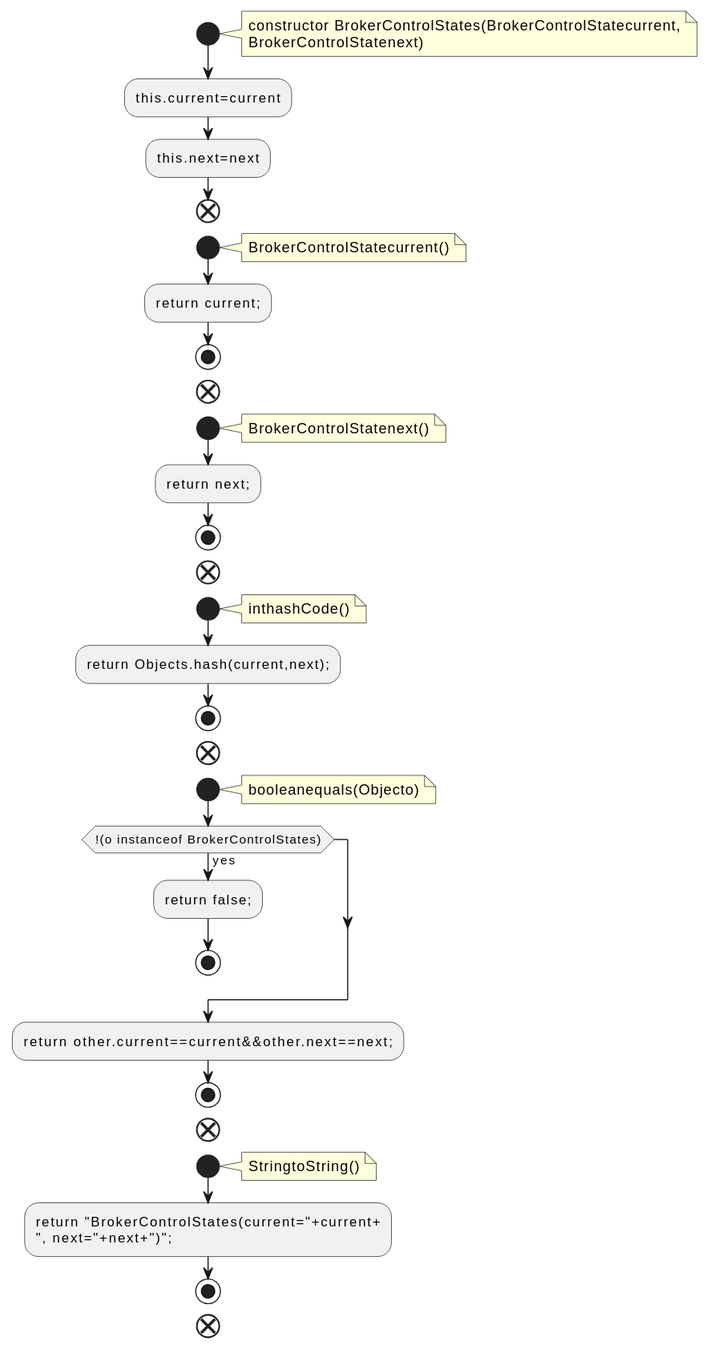
qualitesys/kafka keeps this PlantUML diagram as docs/qc/metadata/src/main/java/org/apache/kafka/controller/BrokerControlStates.java.fct.svg. Above is the earlier version.
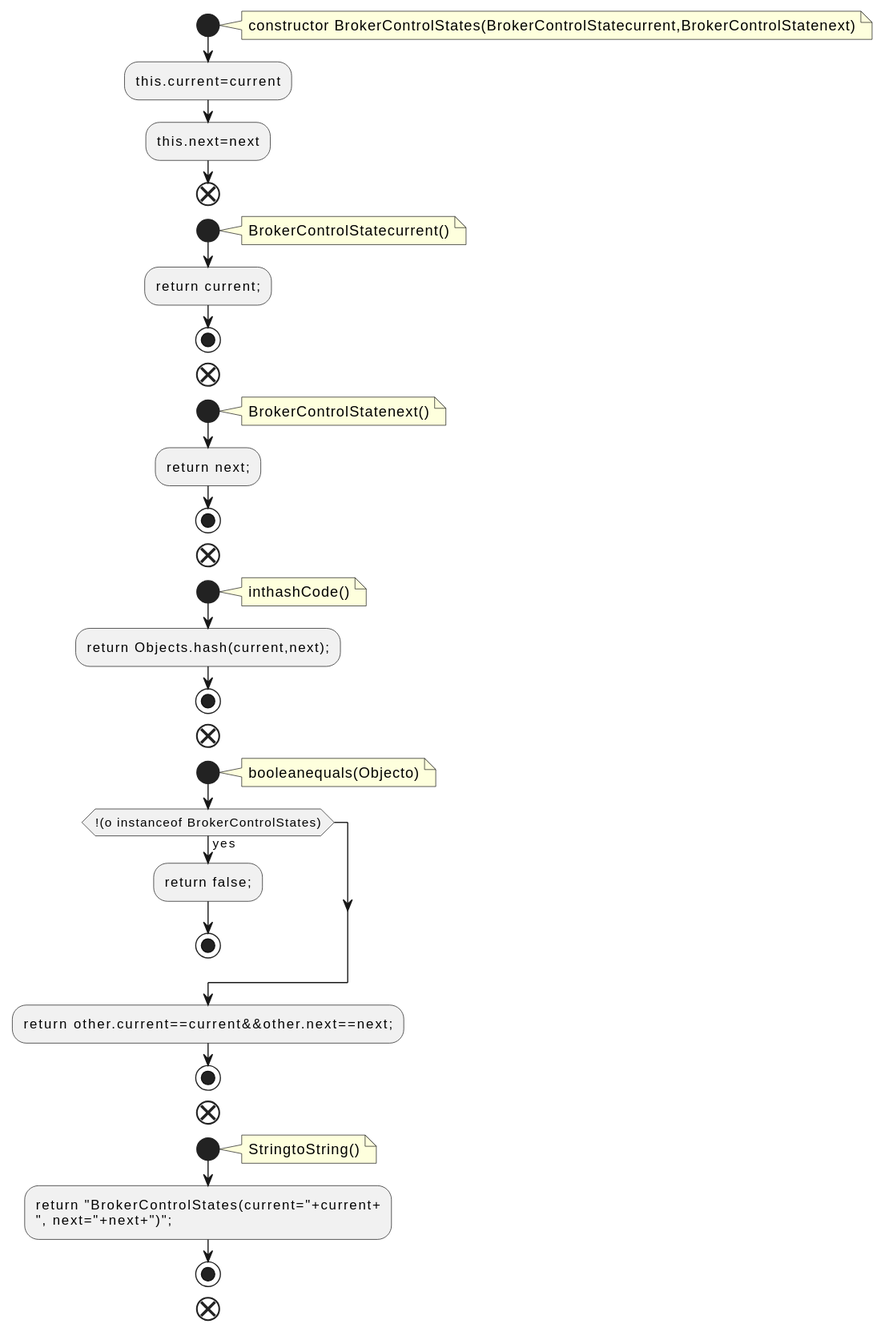
After the commit.

Change to the diagram source:
```diff
@@ -2,8 +2,7 @@
 !pragma layout smetana
 start
 note right
-constructor BrokerControlStates(BrokerControlStatecurrent,
-BrokerControlStatenext)
+constructor BrokerControlStates(BrokerControlStatecurrent,BrokerControlStatenext)
 end note
 :this.current=current;
 :this.next=next;
```
